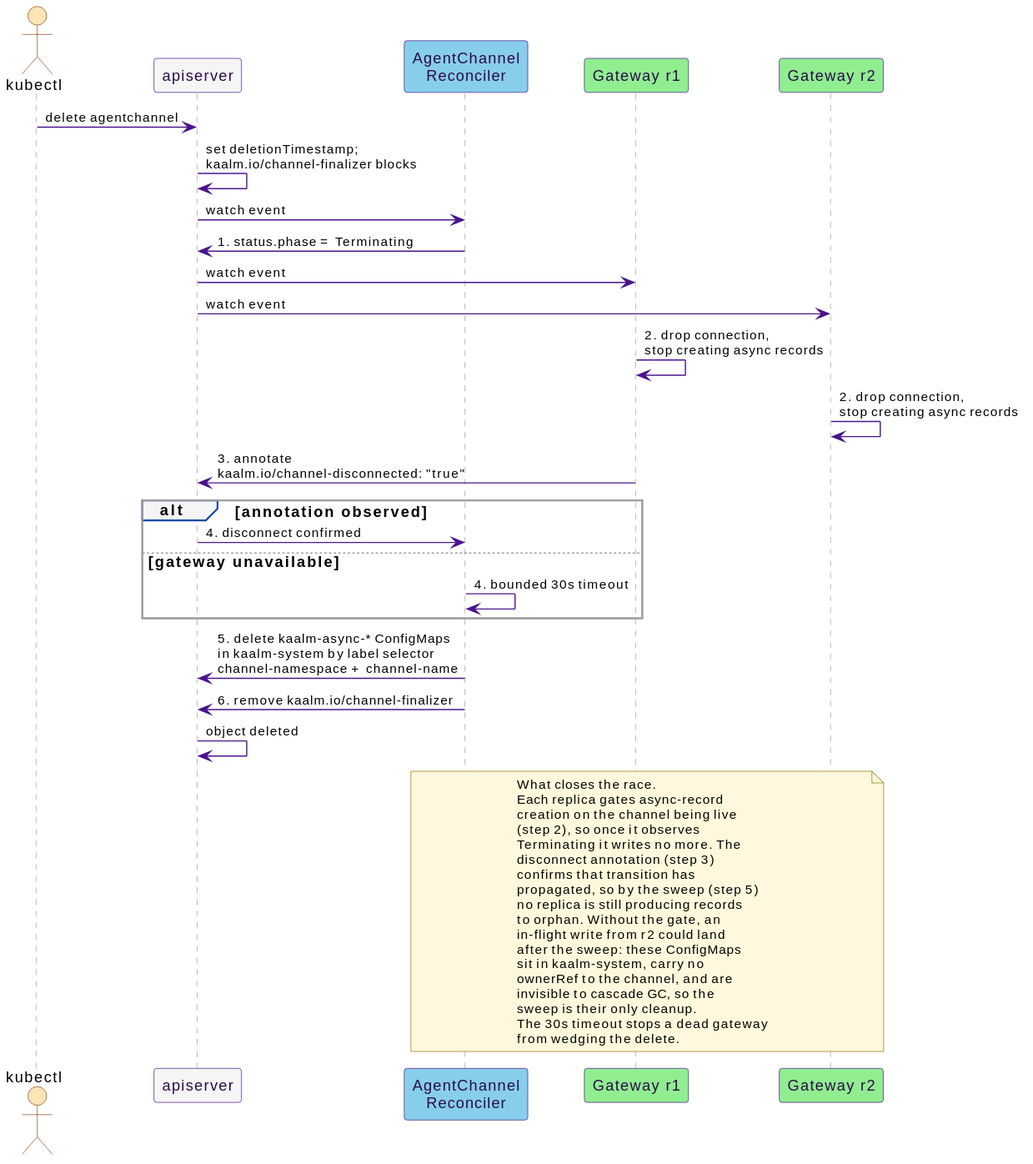
Before: docs/src/diagrams/channel-delete-handshake.svg, a diagram exported from PlantUML (win07xp/kaalm). Source of this version:
```plantuml
@startuml
!include _style.puml

actor "kubectl" as K $extBg
participant "apiserver" as API $mutedBg
participant "AgentChannel\nReconciler" as R $ctrlBg
participant "Gateway r1" as G1 $gwBg
participant "Gateway r2" as G2 $gwBg

K -> API : delete agentchannel
API -> API : set deletionTimestamp;\nkaalm.io/channel-finalizer blocks
API -> R : watch event

R -> API : 1. status.phase = Terminating
API -> G1 : watch event
API -> G2 : watch event
G1 -> G1 : 2. drop connection,\nstop creating async records
G2 -> G2 : 2. drop connection,\nstop creating async records
G1 -> API : 3. annotate\nkaalm.io/channel-disconnected: "true"

alt annotation observed
  API -> R : 4. disconnect confirmed
else gateway unavailable
  R -> R : 4. bounded 30s timeout
end

R -> API : 5. delete kaalm-async-* ConfigMaps\nin kaalm-system by label selector\nchannel-namespace + channel-name
R -> API : 6. remove kaalm.io/channel-finalizer
API -> API : object deleted

note over R, G2
  What closes the race.
  Each replica gates async-record
  creation on the channel being live
  (step 2), so once it observes
  Terminating it writes no more. The
  disconnect annotation (step 3)
  confirms that transition has
  propagated, so by the sweep (step 5)
  no replica is still producing records
  to orphan. Without the gate, an
  in-flight write from r2 could land
  after the sweep: these ConfigMaps
  sit in kaalm-system, carry no
  ownerRef to the channel, and are
  invisible to cascade GC, so the
  sweep is their only cleanup.
  The 30s timeout stops a dead gateway
  from wedging the delete.
end note
@enduml
```
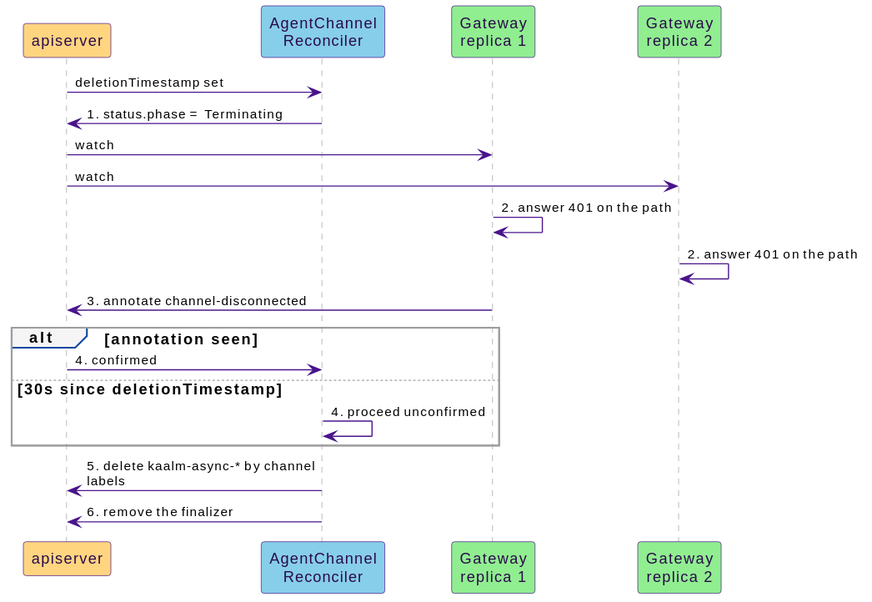
After the commit.

Change to the diagram source:
```diff
@@ -1,51 +1,23 @@
 @startuml
 !include _style.puml
 
-actor "kubectl" as K $extBg
-participant "apiserver" as API $mutedBg
-participant "AgentChannel\nReconciler" as R $ctrlBg
-participant "Gateway r1" as G1 $gwBg
-participant "Gateway r2" as G2 $gwBg
+participant "apiserver" as API #FFD580
+participant "AgentChannel\nReconciler" as R #87CEEB
+participant "Gateway\nreplica 1" as G1 #90EE90
+participant "Gateway\nreplica 2" as G2 #90EE90
 
-K -> API : delete agentchannel
-API -> API : set deletionTimestamp;\nkaalm.io/channel-finalizer blocks
-API -> R : watch event
-
+API -> R : deletionTimestamp set
 R -> API : 1. status.phase = Terminating
-API -> G1 : watch event
-API -> G2 : watch event
-G1 -> G1 : 2. drop connection,\nstop creating async records
-G2 -> G2 : 2. drop connection,\nstop creating async records
-G1 -> API : 3. annotate\nkaalm.io/channel-disconnected: "true"
-
-alt annotation observed
-  API -> R : 4. disconnect confirmed
-else gateway unavailable
-  R -> R : 4. bounded 30s timeout
+API -> G1 : watch
+API -> G2 : watch
+G1 -> G1 : 2. answer 401 on the path
+G2 -> G2 : 2. answer 401 on the path
+G1 -> API : 3. annotate channel-disconnected
+alt annotation seen
+  API -> R : 4. confirmed
+else 30s since deletionTimestamp
+  R -> R : 4. proceed unconfirmed
 end
-
-R -> API : 5. delete kaalm-async-* ConfigMaps\nin kaalm-system by label selector\nchannel-namespace + channel-name
-R -> API : 6. remove kaalm.io/channel-finalizer
-API -> API : object deleted
-
-note over R, G2
-  What closes the race.
-  Each replica gates async-record
-  creation on the channel being live
-  (step 2), so once it observes
-  Terminating it writes no more. The
-  disconnect annotation (step 3)
-  confirms that transition has
-  propagated, so by the sweep (step 5)
-  no replica is still producing records
-  to orphan. Without the gate, an
-  in-flight write from r2 could land
-  after the sweep: these ConfigMaps
-  sit in kaalm-system, carry no
-  ownerRef to the channel, and are
-  invisible to cascade GC, so the
-  sweep is their only cleanup.
-  The 30s timeout stops a dead gateway
-  from wedging the delete.
-end note
+R -> API : 5. delete kaalm-async-* by channel labels
+R -> API : 6. remove the finalizer
 @enduml
```
